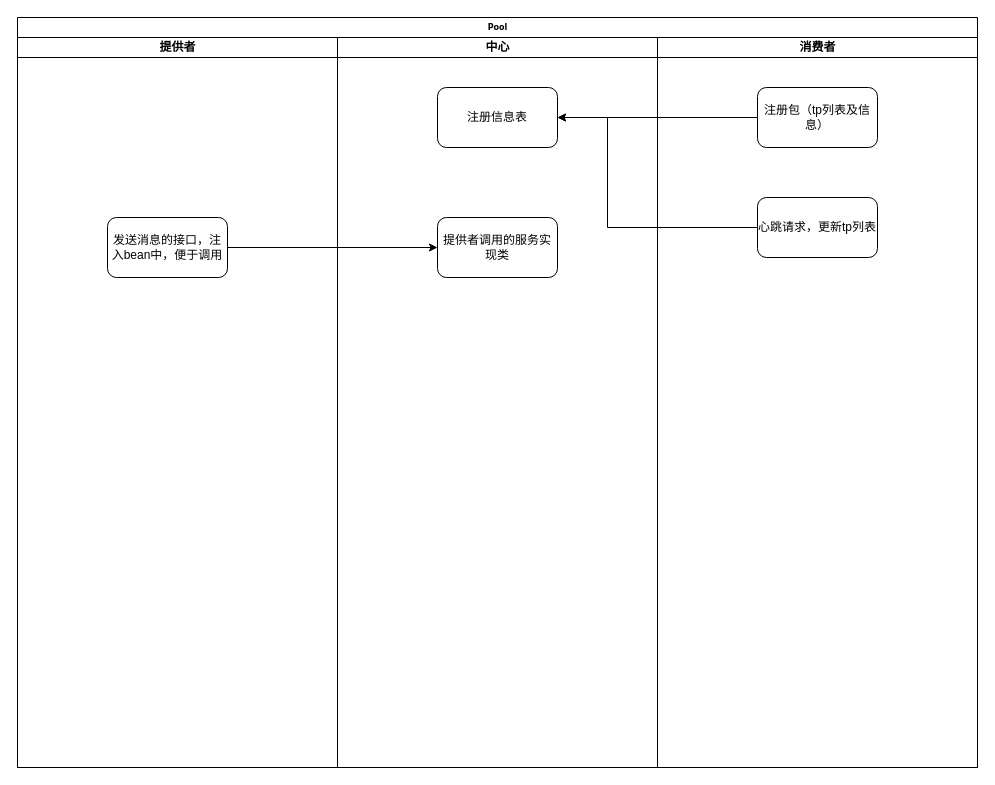
The draw.io diagram rpcMq.drawio in mapleFdg/diagrams, before the edit. Source tidied: cells renumbered, new cells numbered last; positions are measured from the earlier drawing's top-left corner, leaving out a move shared by most shapes. Both pictures are drawn from the tidied source at 100%, with x=0, y=0 at pixel (17, 17).
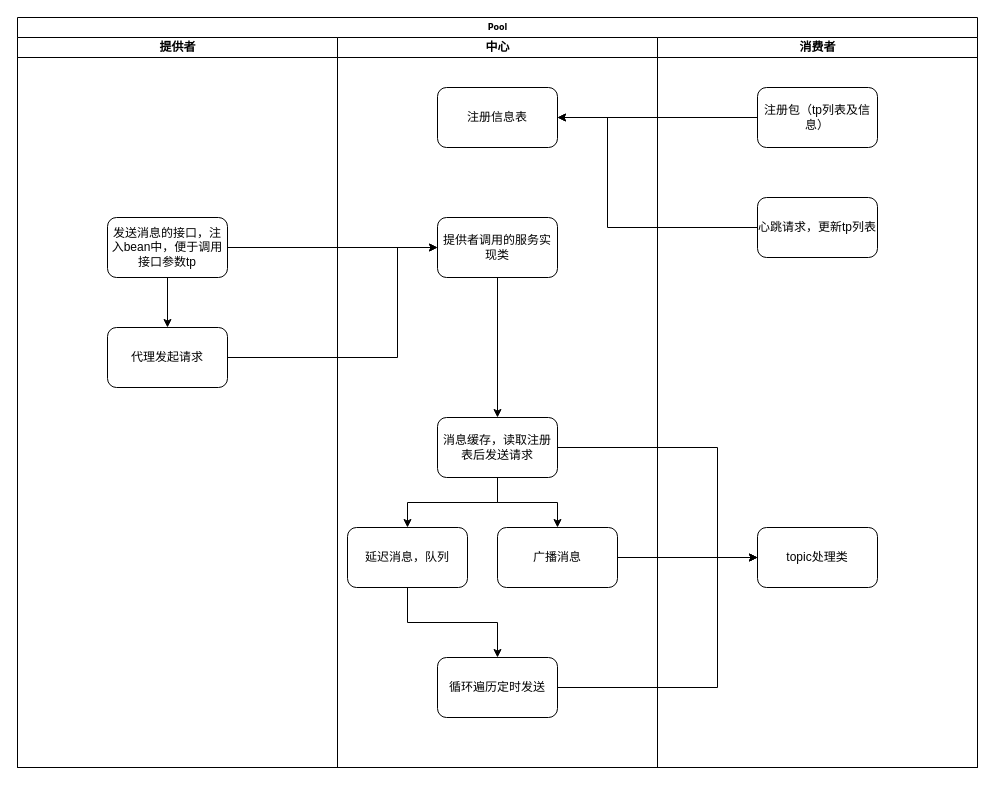
After the change.

Unchanged cells that the change refers to:
```xml
<mxCell id="2" value="Pool" style="swimlane;html=1;startSize=20;rounded=0;shadow=0;labelBackgroundColor=none;strokeWidth=1;fontFamily=Verdana;fontSize=8;align=center;" parent="1" vertex="1">
  <mxGeometry width="960" height="750" as="geometry" />
</mxCell>
<mxCell id="3" value="提供者" style="swimlane;html=1;startSize=20;" parent="2" vertex="1">
  <mxGeometry y="20" width="320" height="730" as="geometry" />
</mxCell>
<mxCell id="5" value="中心" style="swimlane;html=1;startSize=20;" parent="2" vertex="1">
  <mxGeometry x="320" y="20" width="320" height="730" as="geometry" />
</mxCell>
<mxCell id="7" value="提供者调用的服务实现类" style="rounded=1;whiteSpace=wrap;html=1;" parent="5" vertex="1">
  <mxGeometry x="100" y="180" width="120" height="60" as="geometry" />
</mxCell>
<mxCell id="8" value="消费者" style="swimlane;html=1;startSize=20;" parent="2" vertex="1">
  <mxGeometry x="640" y="20" width="320" height="730" as="geometry" />
</mxCell>
```

What changed in the source:
```diff
@@
+    <mxCell id="14" style="edgeStyle=orthogonalEdgeStyle;rounded=0;jettySize=auto;html=1;entryX=0.5;entryY=0;entryDx=0;entryDy=0;" parent="3" edge="1" source="4" target="15">
+      <mxGeometry relative="1" as="geometry" />
+    </mxCell>
-    <mxCell id="4" value="发送消息的接口，注入bean中，便于调用" style="rounded=1;whiteSpace=wrap;html=1;" parent="3" vertex="1">
+    <mxCell id="4" value="发送消息的接口，注入bean中，便于调用&lt;br&gt;接口参数tp" style="rounded=1;whiteSpace=wrap;html=1;" parent="3" vertex="1">
       <mxGeometry x="90" y="180" width="120" height="60" as="geometry" />
     </mxCell>
+    <mxCell id="15" value="代理发起请求" style="rounded=1;whiteSpace=wrap;html=1;" parent="3" vertex="1">
+      <mxGeometry x="90" y="290" width="120" height="60" as="geometry" />
+    </mxCell>
@@
+    <mxCell id="16" style="edgeStyle=orthogonalEdgeStyle;rounded=0;jettySize=auto;html=1;" parent="5" edge="1" source="7" target="19">
+      <mxGeometry relative="1" as="geometry" />
+    </mxCell>
@@
+    <mxCell id="17" style="edgeStyle=orthogonalEdgeStyle;rounded=0;jettySize=auto;html=1;" parent="5" edge="1" source="19" target="21">
+      <mxGeometry relative="1" as="geometry" />
+    </mxCell>
+    <mxCell id="18" style="edgeStyle=orthogonalEdgeStyle;rounded=0;jettySize=auto;html=1;" parent="5" edge="1" source="19" target="23">
+      <mxGeometry relative="1" as="geometry" />
+    </mxCell>
+    <mxCell id="19" value="消息缓存，读取注册表后发送请求" style="rounded=1;whiteSpace=wrap;html=1;" parent="5" vertex="1">
+      <mxGeometry x="100" y="380" width="120" height="60" as="geometry" />
+    </mxCell>
+    <mxCell id="20" style="edgeStyle=orthogonalEdgeStyle;rounded=0;jettySize=auto;html=1;" parent="5" edge="1" source="21" target="22">
+      <mxGeometry relative="1" as="geometry" />
+    </mxCell>
+    <mxCell id="21" value="延迟消息，队列" style="rounded=1;whiteSpace=wrap;html=1;" parent="5" vertex="1">
+      <mxGeometry x="10" y="490" width="120" height="60" as="geometry" />
+    </mxCell>
+    <mxCell id="22" value="循环遍历定时发送" style="rounded=1;whiteSpace=wrap;html=1;" parent="5" vertex="1">
+      <mxGeometry x="100" y="620" width="120" height="60" as="geometry" />
+    </mxCell>
+    <mxCell id="23" value="广播消息" style="rounded=1;whiteSpace=wrap;html=1;" parent="5" vertex="1">
+      <mxGeometry x="160" y="490" width="120" height="60" as="geometry" />
+    </mxCell>
@@
+    <mxCell id="24" value="topic处理类" style="rounded=1;whiteSpace=wrap;html=1;" parent="8" vertex="1">
+      <mxGeometry x="100" y="490" width="120" height="60" as="geometry" />
+    </mxCell>
@@
+    <mxCell id="25" style="edgeStyle=orthogonalEdgeStyle;rounded=0;jettySize=auto;html=1;entryX=0;entryY=0.5;entryDx=0;entryDy=0;" parent="2" edge="1" source="15" target="7">
+      <mxGeometry relative="1" as="geometry">
+        <Array as="points">
+          <mxPoint x="380" y="340" />
+          <mxPoint x="380" y="230" />
+        </Array>
+      </mxGeometry>
+    </mxCell>
+    <mxCell id="26" style="edgeStyle=orthogonalEdgeStyle;rounded=0;jettySize=auto;html=1;entryX=0;entryY=0.5;entryDx=0;entryDy=0;" parent="2" edge="1" source="19" target="24">
+      <mxGeometry relative="1" as="geometry">
+        <Array as="points">
+          <mxPoint x="700" y="430" />
+          <mxPoint x="700" y="540" />
+        </Array>
+      </mxGeometry>
+    </mxCell>
+    <mxCell id="27" style="edgeStyle=orthogonalEdgeStyle;rounded=0;jettySize=auto;html=1;entryX=0;entryY=0.5;entryDx=0;entryDy=0;" parent="2" edge="1" source="22" target="24">
+      <mxGeometry relative="1" as="geometry">
+        <Array as="points">
+          <mxPoint x="700" y="670" />
+          <mxPoint x="700" y="540" />
+        </Array>
+      </mxGeometry>
+    </mxCell>
+    <mxCell id="28" style="edgeStyle=orthogonalEdgeStyle;rounded=0;jettySize=auto;html=1;" parent="2" edge="1" source="23" target="24">
+      <mxGeometry relative="1" as="geometry" />
+    </mxCell>
```
